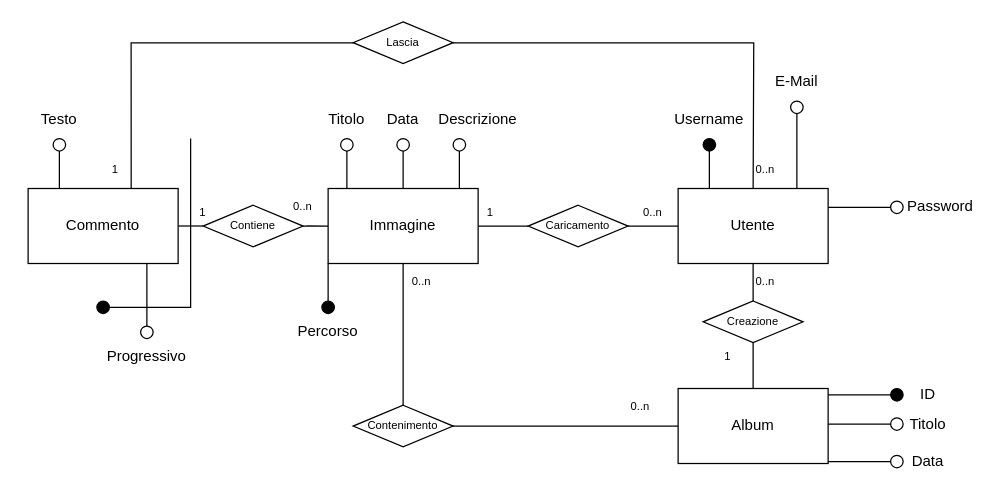
Above: Design/Schema_E-R.drawio in daniLOLZ/TIW-Gallery-2022 (draw.io), before the change. Source tidied: cells renumbered, new cells numbered last; positions are measured from the earlier drawing's top-left corner, leaving out a move shared by most shapes. Both pictures are drawn from the tidied source at 125%, with x=0, y=0 at pixel (21, 21).
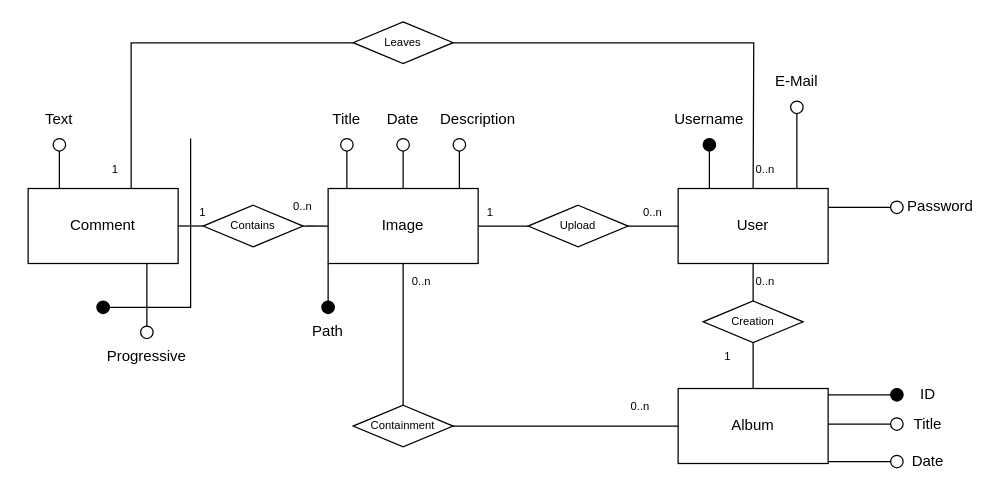
After the change.

Commit message (it also covers changes not shown here):
tradotto schema E/R, aggiunti gli altri DAO non completi

Diff of the diagram source:
```diff
@@
-    <mxCell id="4" value="Immagine" style="whiteSpace=wrap;html=1;" parent="1" vertex="1">
+    <mxCell id="4" value="Image" style="whiteSpace=wrap;html=1;" parent="1" vertex="1">
       <mxGeometry x="245" y="133.3" width="120" height="60" as="geometry" />
     </mxCell>
-    <mxCell id="5" value="Utente" style="whiteSpace=wrap;html=1;" parent="1" vertex="1">
+    <mxCell id="5" value="User" style="whiteSpace=wrap;html=1;" parent="1" vertex="1">
       <mxGeometry x="525" y="133.3" width="120" height="60" as="geometry" />
     </mxCell>
@@
-    <mxCell id="8" value="Titolo" style="text;html=1;strokeColor=none;fillColor=none;align=center;verticalAlign=middle;whiteSpace=wrap;rounded=0;" parent="1" vertex="1">
+    <mxCell id="8" value="Title" style="text;html=1;strokeColor=none;fillColor=none;align=center;verticalAlign=middle;whiteSpace=wrap;rounded=0;" parent="1" vertex="1">
       <mxGeometry x="230" y="63.3" width="60" height="30" as="geometry" />
     </mxCell>
@@
-    <mxCell id="11" value="Data" style="text;html=1;strokeColor=none;fillColor=none;align=center;verticalAlign=middle;whiteSpace=wrap;rounded=0;" parent="1" vertex="1">
+    <mxCell id="11" value="Date" style="text;html=1;strokeColor=none;fillColor=none;align=center;verticalAlign=middle;whiteSpace=wrap;rounded=0;" parent="1" vertex="1">
       <mxGeometry x="275" y="63.3" width="60" height="30" as="geometry" />
     </mxCell>
@@
-    <mxCell id="14" value="Descrizione" style="text;html=1;strokeColor=none;fillColor=none;align=center;verticalAlign=middle;whiteSpace=wrap;rounded=0;" parent="1" vertex="1">
+    <mxCell id="14" value="Description" style="text;html=1;strokeColor=none;fillColor=none;align=center;verticalAlign=middle;whiteSpace=wrap;rounded=0;" parent="1" vertex="1">
       <mxGeometry x="335" y="63.3" width="60" height="30" as="geometry" />
     </mxCell>
-    <mxCell id="15" value="Percorso" style="text;html=1;strokeColor=none;fillColor=none;align=center;verticalAlign=middle;whiteSpace=wrap;rounded=0;" parent="1" vertex="1">
+    <mxCell id="15" value="Path" style="text;html=1;strokeColor=none;fillColor=none;align=center;verticalAlign=middle;whiteSpace=wrap;rounded=0;" parent="1" vertex="1">
       <mxGeometry x="215" y="233.3" width="60" height="30" as="geometry" />
     </mxCell>
@@
-    <mxCell id="17" value="Caricamento" style="rhombus;whiteSpace=wrap;html=1;fontSize=9;fillColor=none;" parent="1" vertex="1">
+    <mxCell id="17" value="Upload" style="rhombus;whiteSpace=wrap;html=1;fontSize=9;fillColor=none;" parent="1" vertex="1">
       <mxGeometry x="405" y="146.7" width="80" height="33.3" as="geometry" />
     </mxCell>
@@
-    <mxCell id="23" value="Creazione" style="rhombus;whiteSpace=wrap;html=1;fontSize=9;fillColor=none;" parent="1" vertex="1">
+    <mxCell id="23" value="Creation" style="rhombus;whiteSpace=wrap;html=1;fontSize=9;fillColor=none;" parent="1" vertex="1">
       <mxGeometry x="545" y="223.3" width="80" height="33.3" as="geometry" />
     </mxCell>
@@
-    <mxCell id="27" value="&lt;font style=&quot;font-size: 12px&quot;&gt;Commento&lt;/font&gt;" style="whiteSpace=wrap;html=1;fontSize=9;" parent="1" vertex="1">
+    <mxCell id="27" value="&lt;font style=&quot;font-size: 12px&quot;&gt;Comment&lt;/font&gt;" style="whiteSpace=wrap;html=1;fontSize=9;" parent="1" vertex="1">
       <mxGeometry x="5" y="133.3" width="120" height="60" as="geometry" />
     </mxCell>
@@
-    <mxCell id="30" value="Contenimento" style="rhombus;whiteSpace=wrap;html=1;fontSize=9;fillColor=none;" parent="1" vertex="1">
+    <mxCell id="30" value="Containment" style="rhombus;whiteSpace=wrap;html=1;fontSize=9;fillColor=none;" parent="1" vertex="1">
       <mxGeometry x="265" y="306.7" width="80" height="33.3" as="geometry" />
     </mxCell>
@@
-    <mxCell id="35" value="Titolo" style="text;html=1;strokeColor=none;fillColor=none;align=center;verticalAlign=middle;whiteSpace=wrap;rounded=0;" parent="1" vertex="1">
+    <mxCell id="35" value="Title" style="text;html=1;strokeColor=none;fillColor=none;align=center;verticalAlign=middle;whiteSpace=wrap;rounded=0;" parent="1" vertex="1">
       <mxGeometry x="695" y="306.7" width="60" height="30" as="geometry" />
     </mxCell>
@@
-    <mxCell id="38" value="Data" style="text;html=1;strokeColor=none;fillColor=none;align=center;verticalAlign=middle;whiteSpace=wrap;rounded=0;" parent="1" vertex="1">
+    <mxCell id="38" value="Date" style="text;html=1;strokeColor=none;fillColor=none;align=center;verticalAlign=middle;whiteSpace=wrap;rounded=0;" parent="1" vertex="1">
       <mxGeometry x="695" y="336.7" width="60" height="30" as="geometry" />
     </mxCell>
@@
-    <mxCell id="40" value="Contiene" style="rhombus;whiteSpace=wrap;html=1;fontSize=9;fillColor=none;" parent="1" vertex="1">
+    <mxCell id="40" value="Contains" style="rhombus;whiteSpace=wrap;html=1;fontSize=9;fillColor=none;" parent="1" vertex="1">
       <mxGeometry x="145" y="146.7" width="80" height="33.3" as="geometry" />
     </mxCell>
@@
-    <mxCell id="43" value="Testo" style="text;html=1;strokeColor=none;fillColor=none;align=center;verticalAlign=middle;whiteSpace=wrap;rounded=0;fontSize=12;" parent="1" vertex="1">
+    <mxCell id="43" value="Text" style="text;html=1;strokeColor=none;fillColor=none;align=center;verticalAlign=middle;whiteSpace=wrap;rounded=0;fontSize=12;" parent="1" vertex="1">
       <mxGeometry y="63.3" width="60" height="30" as="geometry" />
     </mxCell>
@@
-    <mxCell id="57" value="Progressivo" style="text;html=1;strokeColor=none;fillColor=none;align=center;verticalAlign=middle;whiteSpace=wrap;rounded=0;" parent="1" vertex="1">
+    <mxCell id="57" value="Progressive" style="text;html=1;strokeColor=none;fillColor=none;align=center;verticalAlign=middle;whiteSpace=wrap;rounded=0;" parent="1" vertex="1">
       <mxGeometry x="70" y="253.3" width="60" height="30" as="geometry" />
     </mxCell>
@@
-    <mxCell id="60" value="Lascia" style="rhombus;whiteSpace=wrap;html=1;fontSize=9;fillColor=none;" parent="1" vertex="1">
+    <mxCell id="60" value="Leaves" style="rhombus;whiteSpace=wrap;html=1;fontSize=9;fillColor=none;" parent="1" vertex="1">
       <mxGeometry x="265" width="80" height="33.3" as="geometry" />
     </mxCell>
```
